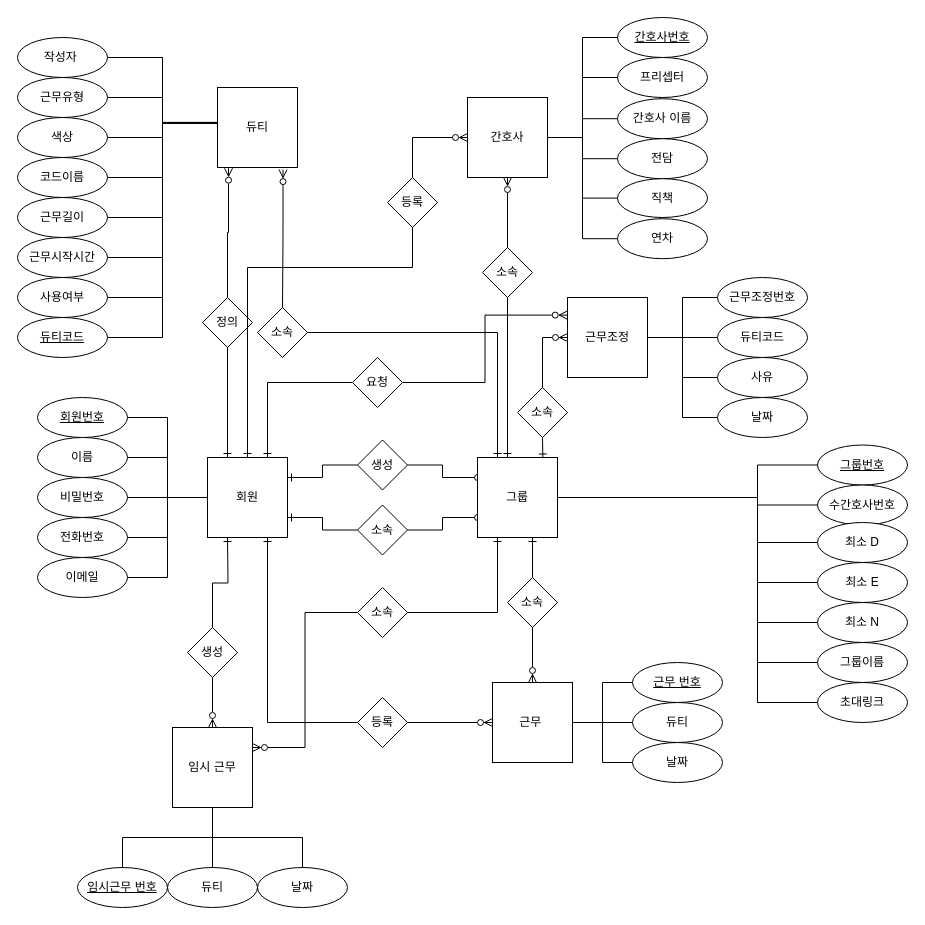
The draw.io diagram Untitled Diagram.drawio in pyoyeongun/webdanseom, before the edit. Source tidied: cells renumbered, new cells numbered last; positions are measured from the earlier drawing's top-left corner, leaving out a move shared by most shapes. Both pictures are drawn from the tidied source at 100%, with x=0, y=0 at pixel (17, 17).
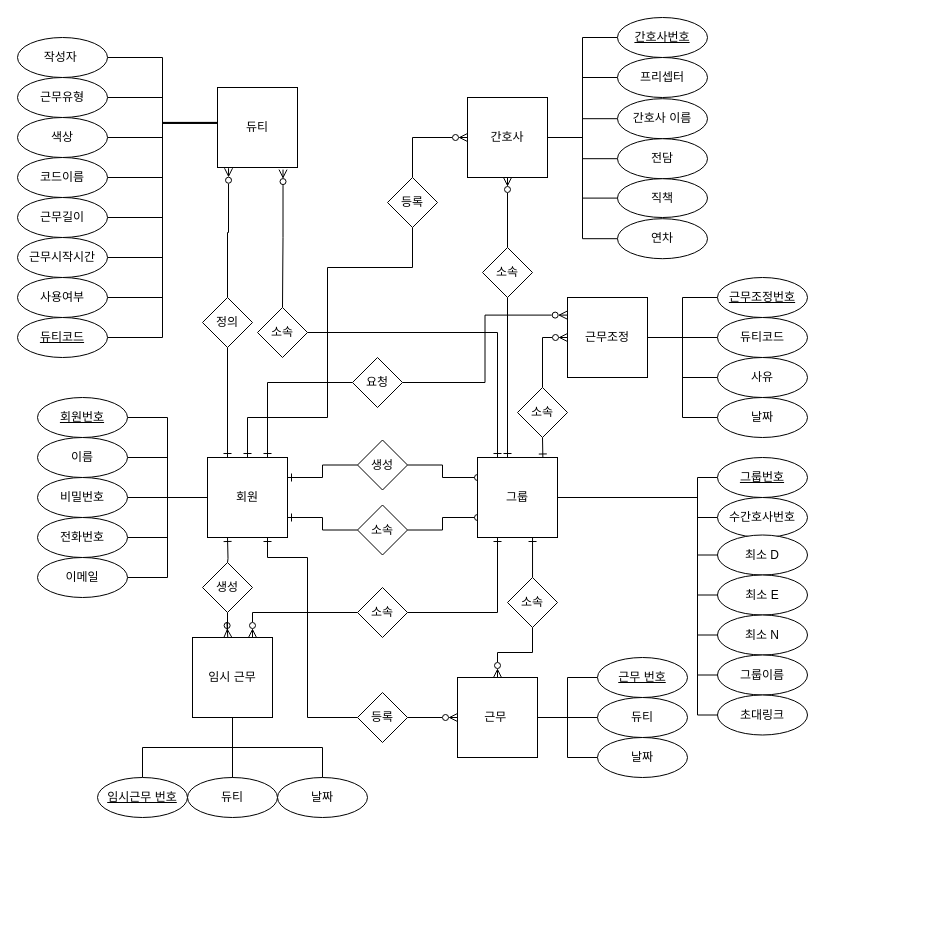
The same page after the edit.

The change refers to these unchanged cells:
```xml
<mxCell id="6" value="회원" style="whiteSpace=wrap;html=1;" parent="1" vertex="1">
  <mxGeometry x="190" y="440" width="80" height="80" as="geometry" />
</mxCell>
<mxCell id="21" value="그룹" style="whiteSpace=wrap;html=1;" parent="1" vertex="1">
  <mxGeometry x="460" y="440" width="80" height="80" as="geometry" />
</mxCell>
<mxCell id="32" value="소속" style="rhombus;whiteSpace=wrap;html=1;" parent="1" vertex="1">
  <mxGeometry x="340" y="570" width="50" height="50" as="geometry" />
</mxCell>
<mxCell id="47" value="등록" style="rhombus;whiteSpace=wrap;html=1;" parent="1" vertex="1">
  <mxGeometry x="370" y="160" width="50" height="50" as="geometry" />
</mxCell>
```

Diff of the diagram source:
```diff
@@
-    <mxCell id="11" style="edgeStyle=orthogonalEdgeStyle;rounded=0;jettySize=auto;html=1;entryX=0;entryY=0.5;entryDx=0;entryDy=0;startArrow=ERzeroToMany;startFill=0;endArrow=none;endFill=0;exitX=1;exitY=0.25;exitDx=0;exitDy=0;" parent="1" edge="1" source="14" target="32">
+    <mxCell id="11" style="edgeStyle=orthogonalEdgeStyle;rounded=0;jettySize=auto;html=1;entryX=0;entryY=0.5;entryDx=0;entryDy=0;startArrow=ERzeroToMany;startFill=0;endArrow=none;endFill=0;exitX=0.75;exitY=0;exitDx=0;exitDy=0;" parent="1" edge="1" source="14" target="32">
       <mxGeometry relative="1" as="geometry" />
     </mxCell>
     <mxCell id="12" style="edgeStyle=orthogonalEdgeStyle;rounded=0;jettySize=auto;html=1;entryX=0;entryY=0.5;entryDx=0;entryDy=0;startArrow=ERone;startFill=0;endArrow=none;endFill=0;exitX=0.75;exitY=1;exitDx=0;exitDy=0;" parent="1" edge="1" source="6" target="34">
-      <mxGeometry relative="1" as="geometry" />
+      <mxGeometry relative="1" as="geometry">
+        <Array as="points">
+          <mxPoint x="250" y="540" />
+          <mxPoint x="290" y="540" />
+          <mxPoint x="290" y="700" />
+        </Array>
+      </mxGeometry>
     </mxCell>
@@
     <mxCell id="14" value="임시 근무" style="whiteSpace=wrap;html=1;" parent="1" vertex="1">
-      <mxGeometry x="155" y="710" width="80" height="80" as="geometry" />
+      <mxGeometry x="175" y="620" width="80" height="80" as="geometry" />
     </mxCell>
@@
     <mxCell id="20" style="edgeStyle=orthogonalEdgeStyle;rounded=0;jettySize=auto;html=1;startArrow=none;startFill=0;endArrow=none;endFill=0;entryX=0;entryY=0.5;entryDx=0;entryDy=0;" parent="1" edge="1" source="21" target="106">
       <mxGeometry relative="1" as="geometry">
         <Array as="points">
-          <mxPoint x="740" y="480" />
-          <mxPoint x="740" y="448" />
+          <mxPoint x="680" y="480" />
+          <mxPoint x="680" y="460" />
         </Array>
       </mxGeometry>
     </mxCell>
@@
     <mxCell id="29" value="근무&amp;nbsp;" style="whiteSpace=wrap;html=1;" parent="1" vertex="1">
-      <mxGeometry x="475" y="665" width="80" height="80" as="geometry" />
+      <mxGeometry x="440" y="660" width="80" height="80" as="geometry" />
     </mxCell>
-    <mxCell id="30" style="edgeStyle=orthogonalEdgeStyle;rounded=0;jettySize=auto;html=1;entryX=0.5;entryY=0;entryDx=0;entryDy=0;startArrow=none;startFill=0;endArrow=ERzeroToMany;endFill=0;" parent="1" edge="1" source="31" target="14">
+    <mxCell id="30" style="edgeStyle=orthogonalEdgeStyle;rounded=0;jettySize=auto;html=1;startArrow=none;startFill=0;endArrow=ERzeroToMany;endFill=0;entryX=0.441;entryY=0;entryDx=0;entryDy=0;entryPerimeter=0;" parent="1" edge="1" source="31" target="14">
       <mxGeometry relative="1" as="geometry" />
     </mxCell>
     <mxCell id="31" value="생성" style="rhombus;whiteSpace=wrap;html=1;" parent="1" vertex="1">
-      <mxGeometry x="170" y="610" width="50" height="50" as="geometry" />
+      <mxGeometry x="185" y="545" width="50" height="50" as="geometry" />
     </mxCell>
@@
     <mxCell id="34" value="등록" style="rhombus;whiteSpace=wrap;html=1;" parent="1" vertex="1">
-      <mxGeometry x="340" y="680" width="50" height="50" as="geometry" />
+      <mxGeometry x="340" y="675" width="50" height="50" as="geometry" />
     </mxCell>
@@
     <mxCell id="46" style="edgeStyle=orthogonalEdgeStyle;rounded=0;jettySize=auto;html=1;entryX=0.5;entryY=0;entryDx=0;entryDy=0;startArrow=none;startFill=0;endArrow=ERone;endFill=0;exitX=0.5;exitY=1;exitDx=0;exitDy=0;" parent="1" edge="1" source="47" target="6">
       <mxGeometry relative="1" as="geometry">
         <Array as="points">
           <mxPoint x="395" y="250" />
-          <mxPoint x="230" y="250" />
+          <mxPoint x="310" y="250" />
+          <mxPoint x="310" y="400" />
+          <mxPoint x="230" y="400" />
         </Array>
       </mxGeometry>
     </mxCell>
@@
-    <mxCell id="84" value="근무조정번호" style="ellipse;whiteSpace=wrap;html=1;" parent="1" vertex="1">
+    <mxCell id="84" value="근무조정번호" style="ellipse;whiteSpace=wrap;html=1;fontStyle=4;" parent="1" vertex="1">
       <mxGeometry x="700" y="260" width="90" height="40" as="geometry" />
     </mxCell>
@@
     <mxCell id="91" value="&lt;u&gt;근무 번호&lt;/u&gt;" style="ellipse;whiteSpace=wrap;html=1;" parent="1" vertex="1">
-      <mxGeometry x="615" y="645" width="90" height="40" as="geometry" />
+      <mxGeometry x="580" y="640" width="90" height="40" as="geometry" />
     </mxCell>
@@
     <mxCell id="93" value="듀티" style="ellipse;whiteSpace=wrap;html=1;" parent="1" vertex="1">
-      <mxGeometry x="615" y="685" width="90" height="40" as="geometry" />
+      <mxGeometry x="580" y="680" width="90" height="40" as="geometry" />
     </mxCell>
     <mxCell id="94" value="날짜" style="ellipse;whiteSpace=wrap;html=1;" parent="1" vertex="1">
-      <mxGeometry x="615" y="725" width="90" height="40" as="geometry" />
+      <mxGeometry x="580" y="720" width="90" height="40" as="geometry" />
     </mxCell>
@@
     <mxCell id="97" value="&lt;u&gt;임시근무 번호&lt;/u&gt;" style="ellipse;whiteSpace=wrap;html=1;" parent="1" vertex="1">
-      <mxGeometry x="60" y="850" width="90" height="40" as="geometry" />
+      <mxGeometry x="80" y="760" width="90" height="40" as="geometry" />
     </mxCell>
@@
     <mxCell id="99" value="듀티" style="ellipse;whiteSpace=wrap;html=1;" parent="1" vertex="1">
-      <mxGeometry x="150" y="850" width="90" height="40" as="geometry" />
+      <mxGeometry x="170" y="760" width="90" height="40" as="geometry" />
     </mxCell>
@@
     <mxCell id="101" value="날짜" style="ellipse;whiteSpace=wrap;html=1;" parent="1" vertex="1">
-      <mxGeometry x="240" y="850" width="90" height="40" as="geometry" />
+      <mxGeometry x="260" y="760" width="90" height="40" as="geometry" />
     </mxCell>
@@
     <mxCell id="106" value="&lt;u&gt;그룹번호&lt;/u&gt;" style="ellipse;whiteSpace=wrap;html=1;" parent="1" vertex="1">
-      <mxGeometry x="800" y="427.5" width="90" height="40" as="geometry" />
+      <mxGeometry x="700" y="440" width="90" height="40" as="geometry" />
     </mxCell>
     <mxCell id="107" style="edgeStyle=orthogonalEdgeStyle;rounded=0;jettySize=auto;html=1;entryX=1;entryY=0.5;entryDx=0;entryDy=0;startArrow=none;startFill=0;endArrow=none;endFill=0;" parent="1" edge="1" source="108" target="21">
       <mxGeometry relative="1" as="geometry">
         <Array as="points">
-          <mxPoint x="740" y="488" />
-          <mxPoint x="740" y="480" />
+          <mxPoint x="680" y="500" />
+          <mxPoint x="680" y="480" />
         </Array>
       </mxGeometry>
     </mxCell>
     <mxCell id="108" value="수간호사번호" style="ellipse;whiteSpace=wrap;html=1;" parent="1" vertex="1">
-      <mxGeometry x="800" y="467.5" width="90" height="40" as="geometry" />
+      <mxGeometry x="700" y="480" width="90" height="40" as="geometry" />
     </mxCell>
     <mxCell id="109" style="edgeStyle=orthogonalEdgeStyle;rounded=0;jettySize=auto;html=1;entryX=1;entryY=0.5;entryDx=0;entryDy=0;startArrow=none;startFill=0;endArrow=none;endFill=0;" parent="1" edge="1" source="110" target="21">
       <mxGeometry relative="1" as="geometry">
         <Array as="points">
-          <mxPoint x="740" y="525" />
-          <mxPoint x="740" y="480" />
+          <mxPoint x="680" y="538" />
+          <mxPoint x="680" y="480" />
         </Array>
       </mxGeometry>
     </mxCell>
     <mxCell id="110" value="최소 D" style="ellipse;whiteSpace=wrap;html=1;" parent="1" vertex="1">
-      <mxGeometry x="800" y="505" width="90" height="40" as="geometry" />
+      <mxGeometry x="700" y="517.5" width="90" height="40" as="geometry" />
     </mxCell>
     <mxCell id="111" style="edgeStyle=orthogonalEdgeStyle;rounded=0;jettySize=auto;html=1;entryX=1;entryY=0.5;entryDx=0;entryDy=0;startArrow=none;startFill=0;endArrow=none;endFill=0;" parent="1" edge="1" source="112" target="21">
       <mxGeometry relative="1" as="geometry">
         <Array as="points">
-          <mxPoint x="740" y="565" />
-          <mxPoint x="740" y="480" />
+          <mxPoint x="680" y="578" />
+          <mxPoint x="680" y="480" />
         </Array>
       </mxGeometry>
     </mxCell>
     <mxCell id="112" value="최소 E" style="ellipse;whiteSpace=wrap;html=1;" parent="1" vertex="1">
-      <mxGeometry x="800" y="545" width="90" height="40" as="geometry" />
+      <mxGeometry x="700" y="557.5" width="90" height="40" as="geometry" />
     </mxCell>
     <mxCell id="113" style="edgeStyle=orthogonalEdgeStyle;rounded=0;jettySize=auto;html=1;entryX=1;entryY=0.5;entryDx=0;entryDy=0;startArrow=none;startFill=0;endArrow=none;endFill=0;" parent="1" edge="1" source="114" target="21">
       <mxGeometry relative="1" as="geometry">
         <Array as="points">
-          <mxPoint x="740" y="605" />
-          <mxPoint x="740" y="480" />
+          <mxPoint x="680" y="618" />
+          <mxPoint x="680" y="480" />
         </Array>
       </mxGeometry>
     </mxCell>
     <mxCell id="114" value="최소 N" style="ellipse;whiteSpace=wrap;html=1;" parent="1" vertex="1">
-      <mxGeometry x="800" y="585" width="90" height="40" as="geometry" />
+      <mxGeometry x="700" y="597.5" width="90" height="40" as="geometry" />
     </mxCell>
     <mxCell id="115" style="edgeStyle=orthogonalEdgeStyle;rounded=0;jettySize=auto;html=1;entryX=1;entryY=0.5;entryDx=0;entryDy=0;startArrow=none;startFill=0;endArrow=none;endFill=0;" parent="1" edge="1" source="116" target="21">
       <mxGeometry relative="1" as="geometry">
         <Array as="points">
-          <mxPoint x="740" y="645" />
-          <mxPoint x="740" y="480" />
+          <mxPoint x="680" y="658" />
+          <mxPoint x="680" y="480" />
         </Array>
       </mxGeometry>
     </mxCell>
     <mxCell id="116" value="그룹이름" style="ellipse;whiteSpace=wrap;html=1;" parent="1" vertex="1">
-      <mxGeometry x="800" y="625" width="90" height="40" as="geometry" />
+      <mxGeometry x="700" y="637.5" width="90" height="40" as="geometry" />
     </mxCell>
     <mxCell id="117" style="edgeStyle=orthogonalEdgeStyle;rounded=0;jettySize=auto;html=1;entryX=1;entryY=0.5;entryDx=0;entryDy=0;startArrow=none;startFill=0;endArrow=none;endFill=0;" parent="1" edge="1" source="118" target="21">
       <mxGeometry relative="1" as="geometry">
         <Array as="points">
-          <mxPoint x="740" y="685" />
-          <mxPoint x="740" y="480" />
+          <mxPoint x="680" y="698" />
+          <mxPoint x="680" y="480" />
         </Array>
       </mxGeometry>
     </mxCell>
     <mxCell id="118" value="초대링크" style="ellipse;whiteSpace=wrap;html=1;" parent="1" vertex="1">
-      <mxGeometry x="800" y="665" width="90" height="40" as="geometry" />
+      <mxGeometry x="700" y="677.5" width="90" height="40" as="geometry" />
     </mxCell>
```
